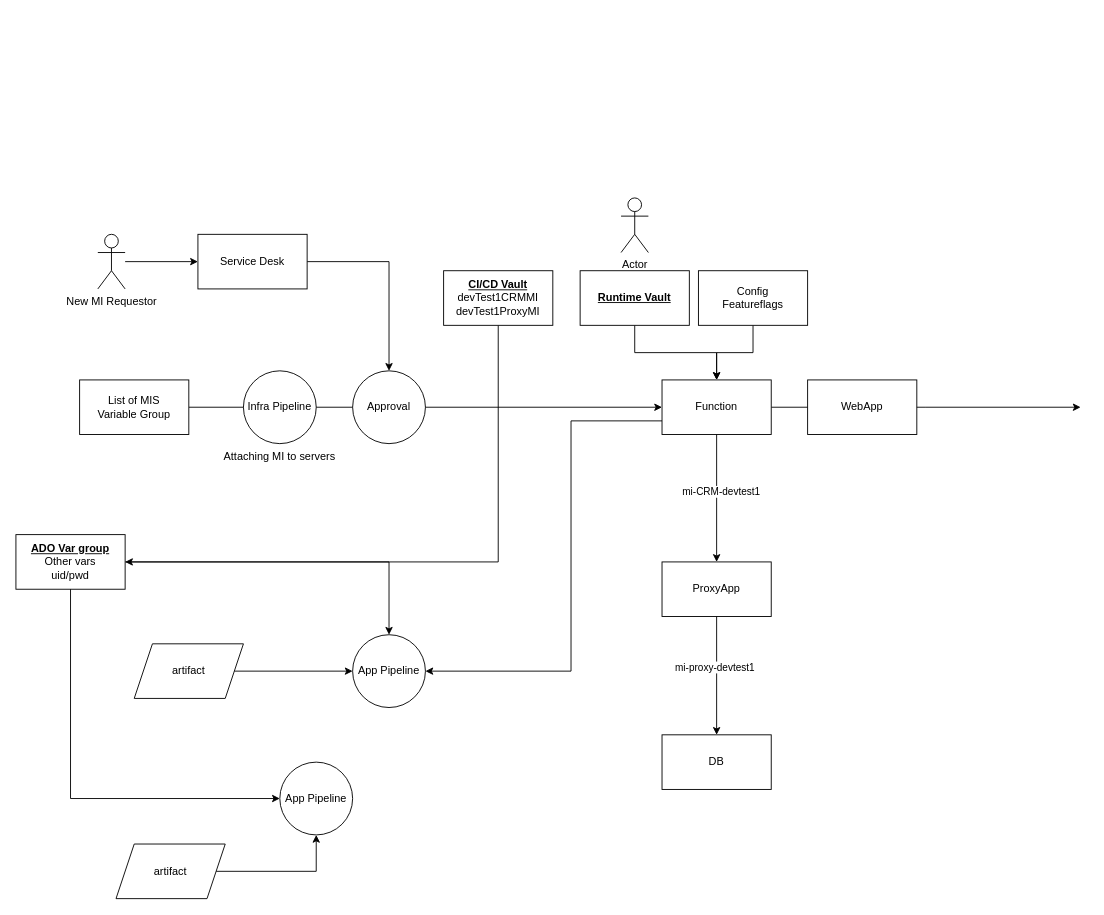
The draw.io diagram infra/VaultConfigMI.drawio in vjavle/invoicecloud, before the edit. Source tidied: cells renumbered, new cells numbered last; positions are measured from the earlier drawing's top-left corner, leaving out a move shared by most shapes. Both pictures are drawn from the tidied source at 91%, with x=0, y=0 at pixel (15, 197).
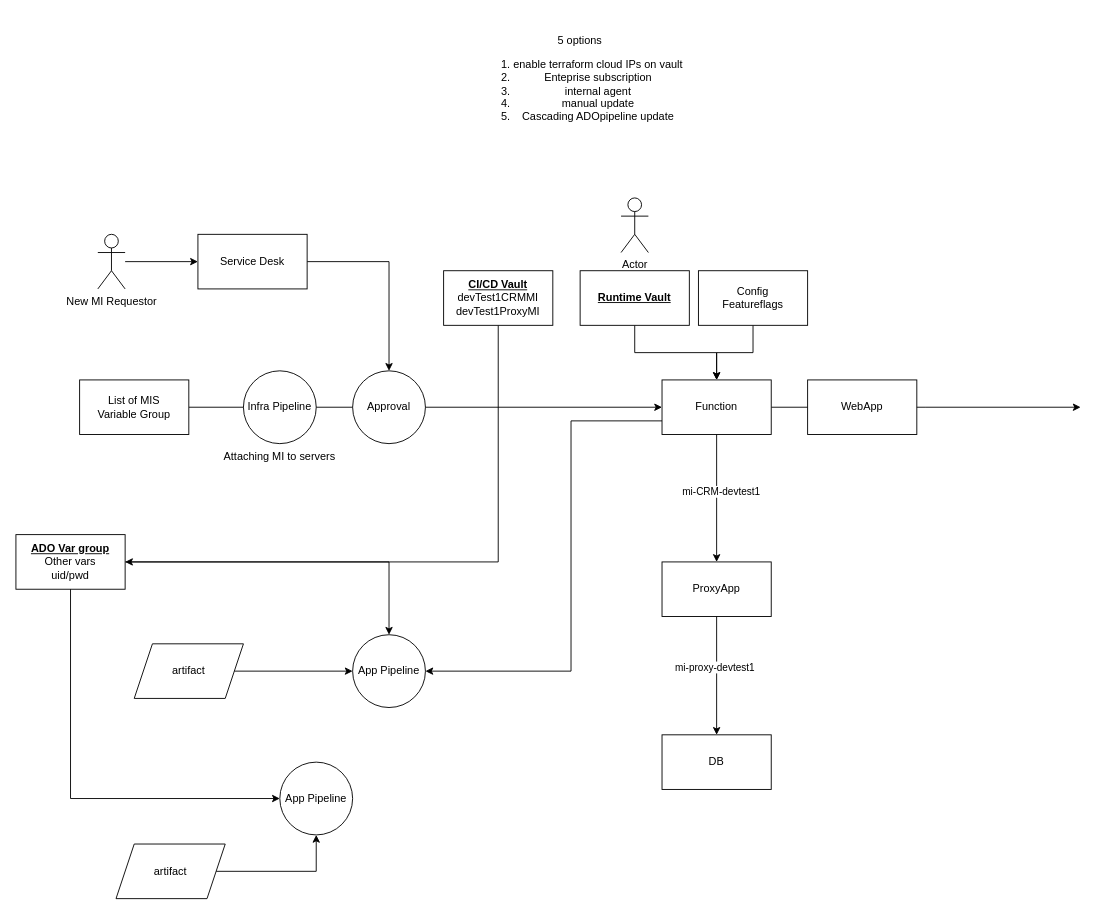
Above is the later version.

The edit, as a diff of the source:
```diff
@@
+    <mxCell id="37" value="&lt;span style=&quot;background-color: initial;&quot;&gt;5 options&lt;/span&gt;&lt;br&gt;&lt;ol&gt;&lt;li&gt;enable terraform cloud IPs on vault&lt;/li&gt;&lt;li&gt;Enteprise subscription&lt;/li&gt;&lt;li&gt;internal agent&lt;/li&gt;&lt;li&gt;manual update&lt;/li&gt;&lt;li&gt;Cascading ADOpipeline update&lt;/li&gt;&lt;/ol&gt;" style="text;html=1;strokeColor=none;fillColor=none;align=center;verticalAlign=middle;whiteSpace=wrap;rounded=0;" parent="1" vertex="1">
+      <mxGeometry x="480" y="-200" width="280" height="150" as="geometry" />
+    </mxCell>
```
